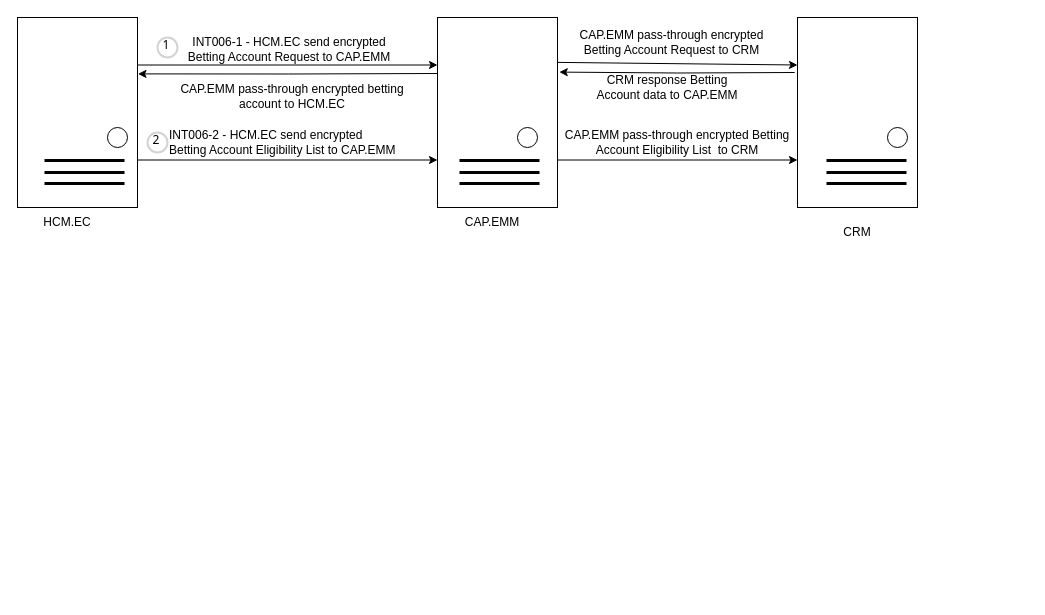
This is page "CRM" (6 of 13) of Untitled Diagram.drawio from wsxad234/flowchart, a draw.io file, before an edit. Source tidied: cells renumbered, new cells numbered last; positions are measured from the earlier drawing's top-left corner, leaving out a move shared by most shapes. Both pictures are drawn from the tidied source at 100%, with x=0, y=0 at pixel (17, 17).
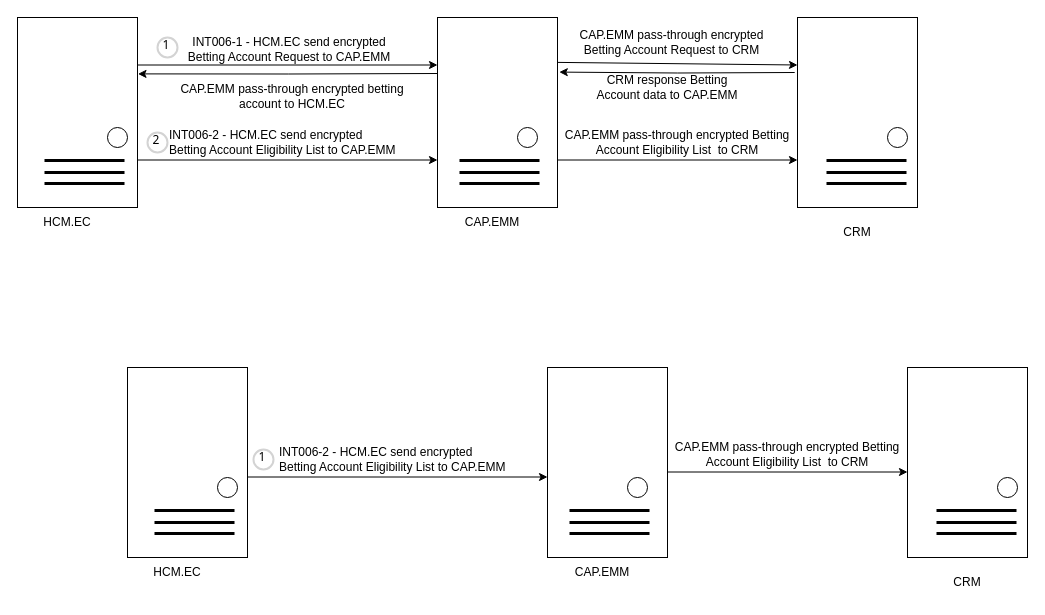
The same page after the edit.

Change to the diagram source:
```diff
@@
+    <mxCell id="37" style="group;" parent="1" vertex="1">
+      <mxGeometry x="890" y="350" width="120" height="230" as="geometry" />
+    </mxCell>
+    <mxCell id="38" style="rounded=0;whiteSpace=wrap;html=1;" parent="37" vertex="1">
+      <mxGeometry width="120" height="190" as="geometry" />
+    </mxCell>
+    <mxCell id="39" style="ellipse;whiteSpace=wrap;html=1;direction=south;" parent="37" vertex="1">
+      <mxGeometry x="90" y="110" width="20" height="20" as="geometry" />
+    </mxCell>
+    <mxCell id="40" value="CRM" style="text;html=1;strokeColor=none;fillColor=none;align=center;verticalAlign=middle;whiteSpace=wrap;rounded=0;" parent="37" vertex="1">
+      <mxGeometry x="30" y="200" width="60" height="30" as="geometry" />
+    </mxCell>
+    <mxCell id="41" style="endArrow=none;html=1;rounded=0;align=center;strokeWidth=3;" parent="37" edge="1">
+      <mxGeometry relative="1" as="geometry">
+        <mxPoint x="29" y="143" as="sourcePoint" />
+        <mxPoint x="109" y="143" as="targetPoint" />
+      </mxGeometry>
+    </mxCell>
+    <mxCell id="42" style="endArrow=none;html=1;rounded=0;align=center;strokeWidth=3;" parent="37" edge="1">
+      <mxGeometry relative="1" as="geometry">
+        <mxPoint x="29" y="155" as="sourcePoint" />
+        <mxPoint x="109" y="155" as="targetPoint" />
+      </mxGeometry>
+    </mxCell>
+    <mxCell id="43" style="endArrow=none;html=1;rounded=0;align=center;strokeWidth=3;" parent="37" edge="1">
+      <mxGeometry relative="1" as="geometry">
+        <mxPoint x="29" y="166" as="sourcePoint" />
+        <mxPoint x="109" y="166" as="targetPoint" />
+      </mxGeometry>
+    </mxCell>
+    <mxCell id="44" style="group;" parent="1" vertex="1">
+      <mxGeometry x="530" y="350" width="120" height="220" as="geometry" />
+    </mxCell>
+    <mxCell id="45" style="rounded=0;whiteSpace=wrap;html=1;" parent="44" vertex="1">
+      <mxGeometry width="120" height="190" as="geometry" />
+    </mxCell>
+    <mxCell id="46" style="ellipse;whiteSpace=wrap;html=1;direction=south;" parent="44" vertex="1">
+      <mxGeometry x="80" y="110" width="20" height="20" as="geometry" />
+    </mxCell>
+    <mxCell id="47" value="CAP.EMM" style="text;html=1;strokeColor=none;fillColor=none;align=center;verticalAlign=middle;whiteSpace=wrap;rounded=0;" parent="44" vertex="1">
+      <mxGeometry x="20" y="190" width="70" height="30" as="geometry" />
+    </mxCell>
+    <mxCell id="48" style="endArrow=none;html=1;rounded=0;align=center;strokeWidth=3;" parent="44" edge="1">
+      <mxGeometry relative="1" as="geometry">
+        <mxPoint x="22" y="143" as="sourcePoint" />
+        <mxPoint x="102" y="143" as="targetPoint" />
+      </mxGeometry>
+    </mxCell>
+    <mxCell id="49" style="endArrow=none;html=1;rounded=0;align=center;strokeWidth=3;" parent="44" edge="1">
+      <mxGeometry relative="1" as="geometry">
+        <mxPoint x="22" y="155" as="sourcePoint" />
+        <mxPoint x="102" y="155" as="targetPoint" />
+      </mxGeometry>
+    </mxCell>
+    <mxCell id="50" style="endArrow=none;html=1;rounded=0;align=center;strokeWidth=3;" parent="44" edge="1">
+      <mxGeometry relative="1" as="geometry">
+        <mxPoint x="22" y="166" as="sourcePoint" />
+        <mxPoint x="102" y="166" as="targetPoint" />
+      </mxGeometry>
+    </mxCell>
+    <mxCell id="51" style="group;" parent="1" vertex="1">
+      <mxGeometry x="110" y="350" width="120" height="220" as="geometry" />
+    </mxCell>
+    <mxCell id="52" style="rounded=0;whiteSpace=wrap;html=1;" parent="51" vertex="1">
+      <mxGeometry width="120" height="190" as="geometry" />
+    </mxCell>
+    <mxCell id="53" style="ellipse;whiteSpace=wrap;html=1;direction=south;" parent="51" vertex="1">
+      <mxGeometry x="90" y="110" width="20" height="20" as="geometry" />
+    </mxCell>
+    <mxCell id="54" value="HCM.EC" style="text;html=1;strokeColor=none;fillColor=none;align=center;verticalAlign=middle;whiteSpace=wrap;rounded=0;" parent="51" vertex="1">
+      <mxGeometry x="20" y="190" width="60" height="30" as="geometry" />
+    </mxCell>
+    <mxCell id="55" style="endArrow=none;html=1;rounded=0;align=center;strokeWidth=3;" parent="51" edge="1">
+      <mxGeometry relative="1" as="geometry">
+        <mxPoint x="27" y="143" as="sourcePoint" />
+        <mxPoint x="107" y="143" as="targetPoint" />
+      </mxGeometry>
+    </mxCell>
+    <mxCell id="56" style="endArrow=none;html=1;rounded=0;align=center;strokeWidth=3;" parent="51" edge="1">
+      <mxGeometry relative="1" as="geometry">
+        <mxPoint x="27" y="155" as="sourcePoint" />
+        <mxPoint x="107" y="155" as="targetPoint" />
+      </mxGeometry>
+    </mxCell>
+    <mxCell id="57" style="endArrow=none;html=1;rounded=0;align=center;strokeWidth=3;" parent="51" edge="1">
+      <mxGeometry relative="1" as="geometry">
+        <mxPoint x="27" y="166" as="sourcePoint" />
+        <mxPoint x="107" y="166" as="targetPoint" />
+      </mxGeometry>
+    </mxCell>
+    <mxCell id="58" style="edgeStyle=orthogonalEdgeStyle;rounded=0;orthogonalLoop=1;jettySize=auto;html=1;exitX=1;exitY=0.75;exitDx=0;exitDy=0;entryX=0;entryY=0.75;entryDx=0;entryDy=0;" parent="1" edge="1">
+      <mxGeometry relative="1" as="geometry">
+        <mxPoint x="230" y="459.5" as="sourcePoint" />
+        <mxPoint x="530" y="459.5" as="targetPoint" />
+      </mxGeometry>
+    </mxCell>
+    <mxCell id="59" value="&lt;br&gt;&lt;table border=&quot;0&quot; cellpadding=&quot;0&quot; cellspacing=&quot;0&quot; width=&quot;406&quot; style=&quot;border-collapse:&lt;br/&gt; collapse;width:305pt&quot;&gt; &lt;colgroup&gt;&lt;col width=&quot;406&quot; style=&quot;mso-width-source:userset;mso-width-alt:14449;width:305pt&quot;&gt;&lt;/colgroup&gt; &lt;tbody&gt;&lt;tr height=&quot;19&quot; style=&quot;height:14.4pt&quot;&gt;  &lt;td height=&quot;19&quot; width=&quot;406&quot; style=&quot;height:14.4pt;width:305pt&quot;&gt;INT006-2 - HCM.EC send encrypted&lt;br&gt;  Betting Account Eligibility List to CAP.EMM&lt;/td&gt; &lt;/tr&gt;&lt;/tbody&gt;&lt;/table&gt;" style="text;whiteSpace=wrap;html=1;" parent="1" vertex="1">
+      <mxGeometry x="260" y="407" width="180" height="60" as="geometry" />
+    </mxCell>
+    <mxCell id="60" value="CAP.EMM pass-through encrypted&amp;nbsp;Betting Account Eligibility List&amp;nbsp;&amp;nbsp;to CRM" style="text;html=1;strokeColor=none;fillColor=none;align=center;verticalAlign=middle;whiteSpace=wrap;rounded=0;" parent="1" vertex="1">
+      <mxGeometry x="650" y="422" width="240" height="30" as="geometry" />
+    </mxCell>
+    <mxCell id="61" style="edgeStyle=orthogonalEdgeStyle;rounded=0;orthogonalLoop=1;jettySize=auto;html=1;exitX=1;exitY=0.75;exitDx=0;exitDy=0;entryX=0;entryY=0.75;entryDx=0;entryDy=0;" parent="1" edge="1">
+      <mxGeometry relative="1" as="geometry">
+        <mxPoint x="650" y="454.5" as="sourcePoint" />
+        <mxPoint x="890" y="454.5" as="targetPoint" />
+      </mxGeometry>
+    </mxCell>
+    <mxCell id="62" value="1" style="ellipse;whiteSpace=wrap;html=1;strokeWidth=2;fontFamily=Tahoma;spacingBottom=4;spacingRight=2;strokeColor=#d3d3d3;" parent="1" vertex="1">
+      <mxGeometry x="236" y="432" width="20" height="20" as="geometry" />
+    </mxCell>
```
